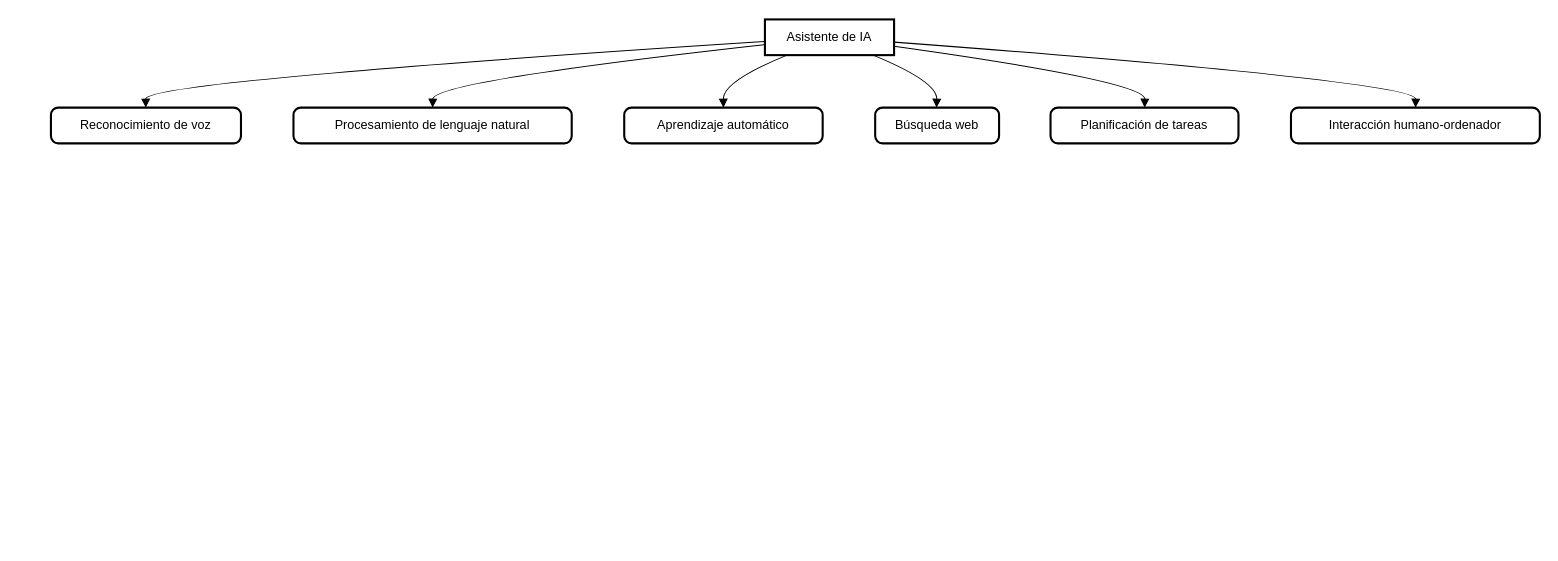
Above: rawia.drawio in gcorroto/docs (draw.io), before the change. Source tidied: cells renumbered, new cells numbered last; positions are measured from the earlier drawing's top-left corner, leaving out a move shared by most shapes. Both pictures are drawn from the tidied source at 105%, with x=0, y=0 at pixel (50, 19).
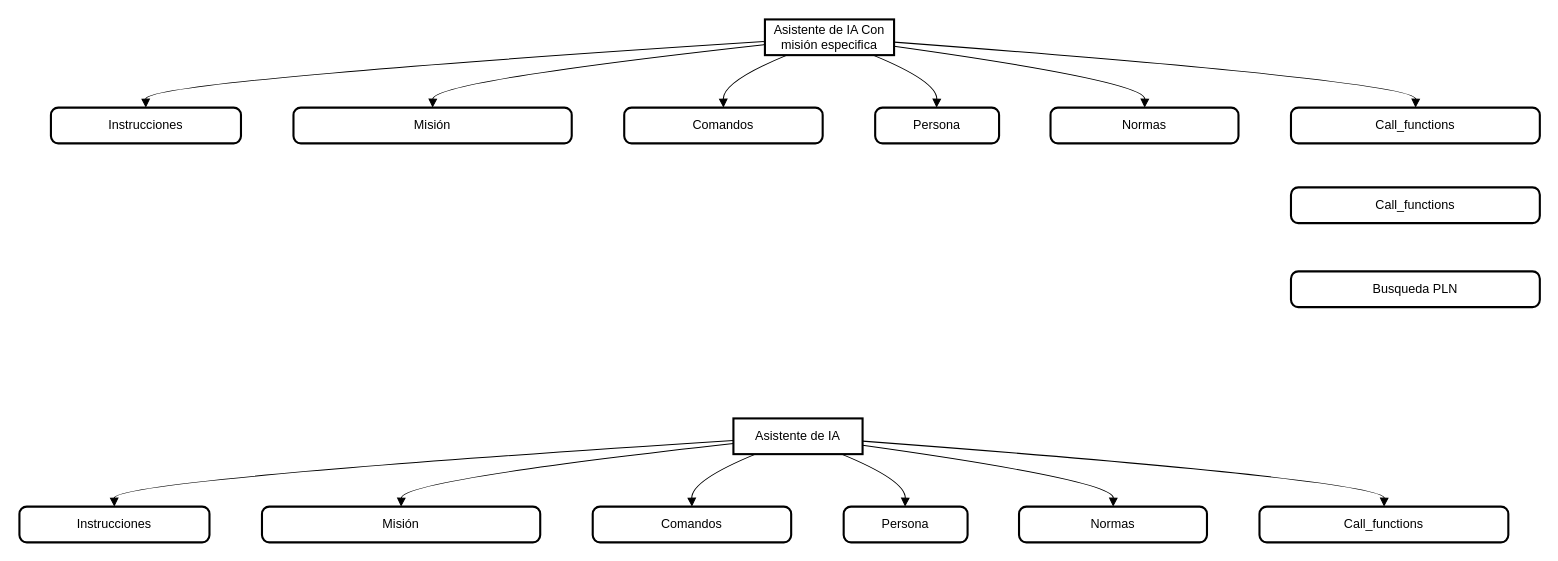
The same diagram, later.

Diff of the diagram source:
```diff
@@
-    <mxCell id="2" value="Asistente de IA" style="whiteSpace=wrap;strokeWidth=2;" parent="1" vertex="1">
+    <mxCell id="2" value="Asistente de IA Con misión especifica" style="whiteSpace=wrap;strokeWidth=2;" parent="1" vertex="1">
       <mxGeometry x="680" width="123" height="34" as="geometry" />
     </mxCell>
-    <mxCell id="3" value="Reconocimiento de voz" style="rounded=1;absoluteArcSize=1;arcSize=14;whiteSpace=wrap;strokeWidth=2;" parent="1" vertex="1">
+    <mxCell id="3" value="Instrucciones" style="rounded=1;absoluteArcSize=1;arcSize=14;whiteSpace=wrap;strokeWidth=2;" parent="1" vertex="1">
       <mxGeometry y="84" width="181" height="34" as="geometry" />
     </mxCell>
-    <mxCell id="4" value="Procesamiento de lenguaje natural" style="rounded=1;absoluteArcSize=1;arcSize=14;whiteSpace=wrap;strokeWidth=2;" parent="1" vertex="1">
+    <mxCell id="4" value="Misión" style="rounded=1;absoluteArcSize=1;arcSize=14;whiteSpace=wrap;strokeWidth=2;" parent="1" vertex="1">
       <mxGeometry x="231" y="84" width="265" height="34" as="geometry" />
     </mxCell>
-    <mxCell id="5" value="Aprendizaje automático" style="rounded=1;absoluteArcSize=1;arcSize=14;whiteSpace=wrap;strokeWidth=2;" parent="1" vertex="1">
+    <mxCell id="5" value="Comandos" style="rounded=1;absoluteArcSize=1;arcSize=14;whiteSpace=wrap;strokeWidth=2;" parent="1" vertex="1">
       <mxGeometry x="546" y="84" width="189" height="34" as="geometry" />
     </mxCell>
-    <mxCell id="6" value="Búsqueda web" style="rounded=1;absoluteArcSize=1;arcSize=14;whiteSpace=wrap;strokeWidth=2;" parent="1" vertex="1">
+    <mxCell id="6" value="Persona" style="rounded=1;absoluteArcSize=1;arcSize=14;whiteSpace=wrap;strokeWidth=2;" parent="1" vertex="1">
       <mxGeometry x="785" y="84" width="118" height="34" as="geometry" />
     </mxCell>
-    <mxCell id="7" value="Planificación de tareas" style="rounded=1;absoluteArcSize=1;arcSize=14;whiteSpace=wrap;strokeWidth=2;" parent="1" vertex="1">
+    <mxCell id="7" value="Normas" style="rounded=1;absoluteArcSize=1;arcSize=14;whiteSpace=wrap;strokeWidth=2;" parent="1" vertex="1">
       <mxGeometry x="952" y="84" width="179" height="34" as="geometry" />
     </mxCell>
-    <mxCell id="8" value="Interacción humano-ordenador" style="rounded=1;absoluteArcSize=1;arcSize=14;whiteSpace=wrap;strokeWidth=2;" parent="1" vertex="1">
+    <mxCell id="8" value="Call_functions" style="rounded=1;absoluteArcSize=1;arcSize=14;whiteSpace=wrap;strokeWidth=2;" parent="1" vertex="1">
       <mxGeometry x="1181" y="84" width="237" height="34" as="geometry" />
     </mxCell>
@@
+    <mxCell id="15" value="Asistente de IA" style="whiteSpace=wrap;strokeWidth=2;" parent="1" vertex="1">
+      <mxGeometry x="650" y="380" width="123" height="34" as="geometry" />
+    </mxCell>
+    <mxCell id="16" value="Instrucciones" style="rounded=1;absoluteArcSize=1;arcSize=14;whiteSpace=wrap;strokeWidth=2;" parent="1" vertex="1">
+      <mxGeometry x="-30" y="464" width="181" height="34" as="geometry" />
+    </mxCell>
+    <mxCell id="17" value="Misión" style="rounded=1;absoluteArcSize=1;arcSize=14;whiteSpace=wrap;strokeWidth=2;" parent="1" vertex="1">
+      <mxGeometry x="201" y="464" width="265" height="34" as="geometry" />
+    </mxCell>
+    <mxCell id="18" value="Comandos" style="rounded=1;absoluteArcSize=1;arcSize=14;whiteSpace=wrap;strokeWidth=2;" parent="1" vertex="1">
+      <mxGeometry x="516" y="464" width="189" height="34" as="geometry" />
+    </mxCell>
+    <mxCell id="19" value="Persona" style="rounded=1;absoluteArcSize=1;arcSize=14;whiteSpace=wrap;strokeWidth=2;" parent="1" vertex="1">
+      <mxGeometry x="755" y="464" width="118" height="34" as="geometry" />
+    </mxCell>
+    <mxCell id="20" value="Normas" style="rounded=1;absoluteArcSize=1;arcSize=14;whiteSpace=wrap;strokeWidth=2;" parent="1" vertex="1">
+      <mxGeometry x="922" y="464" width="179" height="34" as="geometry" />
+    </mxCell>
+    <mxCell id="21" value="Call_functions" style="rounded=1;absoluteArcSize=1;arcSize=14;whiteSpace=wrap;strokeWidth=2;" parent="1" vertex="1">
+      <mxGeometry x="1151" y="464" width="237" height="34" as="geometry" />
+    </mxCell>
+    <mxCell id="22" style="curved=1;startArrow=none;endArrow=block;exitX=0.002183542018983422;exitY=0.6185106496854381;entryX=0.49955218404696133;entryY=0.0026737661922679227;" parent="1" edge="1" source="15" target="16">
+      <mxGeometry relative="1" as="geometry">
+        <Array as="points">
+          <mxPoint x="60" y="439" />
+        </Array>
+      </mxGeometry>
+    </mxCell>
+    <mxCell id="23" style="curved=1;startArrow=none;endArrow=block;exitX=0.002183542018983422;exitY=0.7030672022142543;entryX=0.5001387110296286;entryY=0.0026737661922679227;" parent="1" edge="1" source="15" target="17">
+      <mxGeometry relative="1" as="geometry">
+        <Array as="points">
+          <mxPoint x="334" y="439" />
+        </Array>
+      </mxGeometry>
+    </mxCell>
+    <mxCell id="24" style="curved=1;startArrow=none;endArrow=block;exitX=0.16955399622668302;exitY=1.002673766192268;entryX=0.49998558892144096;entryY=0.0026737661922679227;" parent="1" edge="1" source="15" target="18">
+      <mxGeometry relative="1" as="geometry">
+        <Array as="points">
+          <mxPoint x="610" y="439" />
+        </Array>
+      </mxGeometry>
+    </mxCell>
+    <mxCell id="25" style="curved=1;startArrow=none;endArrow=block;exitX=0.8387099096164159;exitY=1.002673766192268;entryX=0.49592528908939687;entryY=0.0026737661922679227;" parent="1" edge="1" source="15" target="19">
+      <mxGeometry relative="1" as="geometry">
+        <Array as="points">
+          <mxPoint x="814" y="439" />
+        </Array>
+      </mxGeometry>
+    </mxCell>
+    <mxCell id="26" style="curved=1;startArrow=none;endArrow=block;exitX=1.0060803638241156;exitY=0.7560983731107067;entryX=0.5011008491729225;entryY=0.0026737661922679227;" parent="1" edge="1" source="15" target="20">
+      <mxGeometry relative="1" as="geometry">
+        <Array as="points">
+          <mxPoint x="1012" y="439" />
+        </Array>
+      </mxGeometry>
+    </mxCell>
+    <mxCell id="27" style="curved=1;startArrow=none;endArrow=block;exitX=1.0060803638241156;exitY=0.638237023920971;entryX=0.50087744475417;entryY=0.0026737661922679227;" parent="1" edge="1" source="15" target="21">
+      <mxGeometry relative="1" as="geometry">
+        <Array as="points">
+          <mxPoint x="1270" y="439" />
+        </Array>
+      </mxGeometry>
+    </mxCell>
+    <mxCell id="28" value="Busqueda PLN" style="rounded=1;absoluteArcSize=1;arcSize=14;whiteSpace=wrap;strokeWidth=2;" parent="1" vertex="1">
+      <mxGeometry x="1181" y="240" width="237" height="34" as="geometry" />
+    </mxCell>
+    <mxCell id="29" value="Call_functions" style="rounded=1;absoluteArcSize=1;arcSize=14;whiteSpace=wrap;strokeWidth=2;" parent="1" vertex="1">
+      <mxGeometry x="1181" y="160" width="237" height="34" as="geometry" />
+    </mxCell>
```
